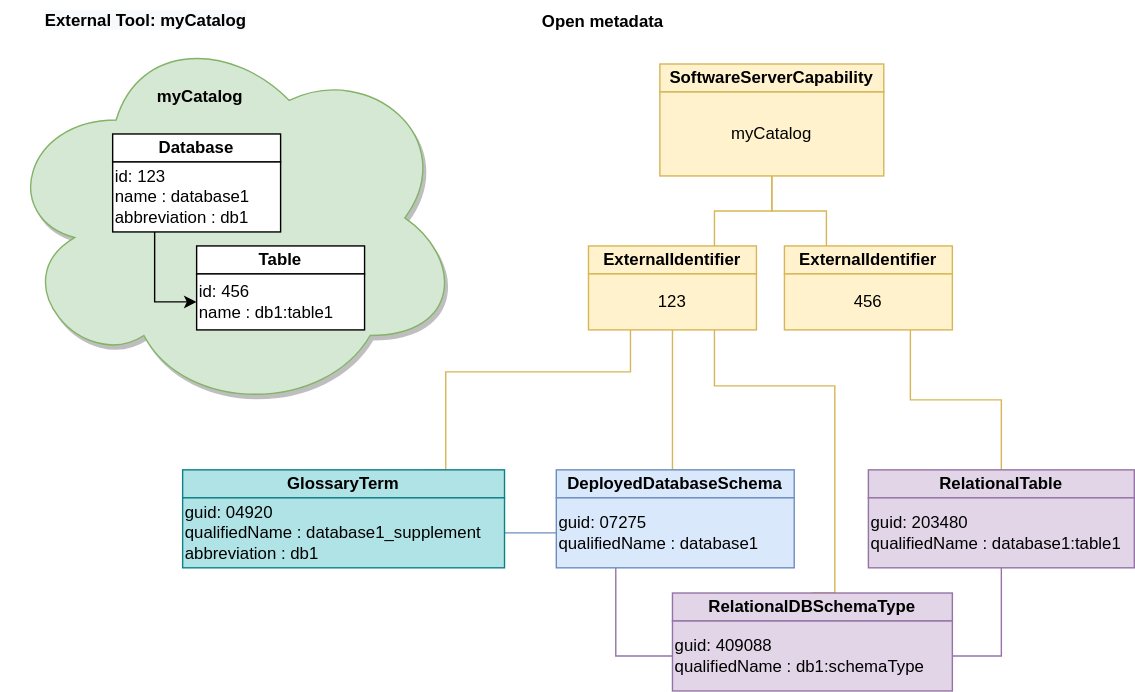
odpi/egeria-docs keeps this draw.io diagram as site/docs/features/external-identifiers/external-identifiers-one-to-many-mapping.svg. Above is the earlier version. Source tidied: cells renumbered, new cells last; positions are measured from the earlier drawing's top-left corner, leaving out a move shared by most shapes.
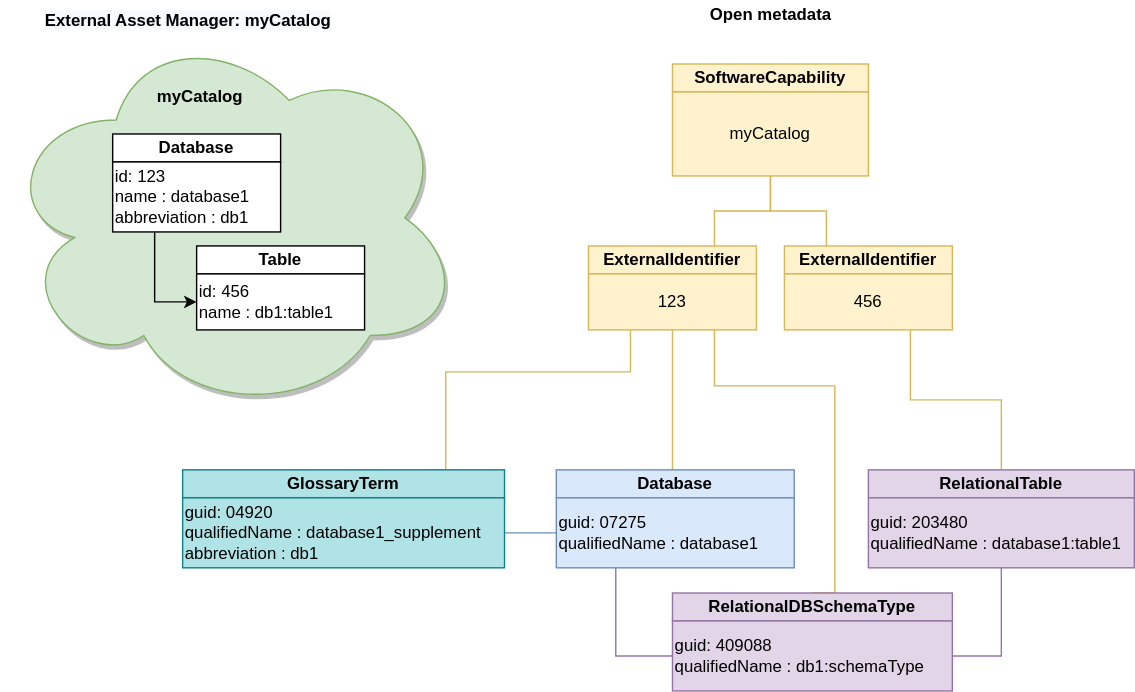
The same file after the commit.

What changed in the source:
```diff
@@ -14,14 +14,14 @@
     <mxCell id="5" value="id: 123&lt;br&gt;name : database1&lt;br&gt;abbreviation : db1" style="rounded=0;whiteSpace=wrap;html=1;align=left;" parent="1" vertex="1">
       <mxGeometry x="80" y="115" width="120" height="50" as="geometry" />
     </mxCell>
-    <mxCell id="6" value="SoftwareServerCapability" style="rounded=0;whiteSpace=wrap;html=1;align=center;fontStyle=1;fillColor=#fff2cc;strokeColor=#d6b656;" parent="1" vertex="1">
-      <mxGeometry x="471" y="45" width="160" height="20" as="geometry" />
+    <mxCell id="6" value="SoftwareCapability" style="rounded=0;whiteSpace=wrap;html=1;align=center;fontStyle=1;fillColor=#fff2cc;strokeColor=#d6b656;" parent="1" vertex="1">
+      <mxGeometry x="480" y="45" width="140" height="20" as="geometry" />
     </mxCell>
     <mxCell id="7" style="edgeStyle=orthogonalEdgeStyle;rounded=0;jettySize=auto;html=1;entryX=0.75;entryY=0;entryDx=0;entryDy=0;endArrow=none;endFill=0;fillColor=#fff2cc;strokeColor=#d6b656;" parent="1" edge="1" source="8" target="11">
       <mxGeometry relative="1" as="geometry" />
     </mxCell>
     <mxCell id="8" value="myCatalog" style="rounded=0;whiteSpace=wrap;html=1;align=center;fillColor=#fff2cc;strokeColor=#d6b656;" parent="1" vertex="1">
-      <mxGeometry x="471" y="65" width="160" height="60" as="geometry" />
+      <mxGeometry x="480" y="65" width="140" height="60" as="geometry" />
     </mxCell>
     <mxCell id="9" value="Table" style="rounded=0;whiteSpace=wrap;html=1;fontStyle=1;" parent="1" vertex="1">
       <mxGeometry x="140" y="175" width="120" height="20" as="geometry" />
@@ -70,7 +70,7 @@
         </Array>
       </mxGeometry>
     </mxCell>
-    <mxCell id="20" value="DeployedDatabaseSchema" style="rounded=0;whiteSpace=wrap;html=1;fontStyle=1;fillColor=#dae8fc;strokeColor=#6c8ebf;" parent="1" vertex="1">
+    <mxCell id="20" value="Database" style="rounded=0;whiteSpace=wrap;html=1;fontStyle=1;fillColor=#dae8fc;strokeColor=#6c8ebf;" parent="1" vertex="1">
       <mxGeometry x="397" y="335" width="170" height="20" as="geometry" />
     </mxCell>
     <mxCell id="21" style="edgeStyle=orthogonalEdgeStyle;rounded=0;jettySize=auto;html=1;exitX=0.25;exitY=1;exitDx=0;exitDy=0;entryX=0;entryY=0.5;entryDx=0;entryDy=0;endArrow=none;endFill=0;fillColor=#e1d5e7;strokeColor=#9673a6;" parent="1" edge="1" source="23" target="26">
@@ -98,12 +98,12 @@
       <mxGeometry x="620" y="355" width="190" height="50" as="geometry" />
     </mxCell>
     <mxCell id="29" value="&lt;b&gt;Open metadata&lt;/b&gt;" style="text;html=1;align=center;verticalAlign=middle;" parent="1" vertex="1">
-      <mxGeometry x="380" y="5" width="100" height="20" as="geometry" />
+      <mxGeometry x="500" width="100" height="20" as="geometry" />
     </mxCell>
     <mxCell id="30" value="&lt;font face=&quot;helvetica&quot;&gt;&lt;b&gt;myCatalog&lt;/b&gt;&lt;/font&gt;" style="text;whiteSpace=wrap;html=1;" parent="1" vertex="1">
       <mxGeometry x="110" y="55" width="70" height="30" as="geometry" />
     </mxCell>
-    <mxCell id="31" value="&lt;b style=&quot;color: rgb(0 , 0 , 0) ; font-family: &amp;#34;helvetica&amp;#34; ; font-size: 12px ; font-style: normal ; letter-spacing: normal ; text-align: left ; text-indent: 0px ; text-transform: none ; word-spacing: 0px ; background-color: rgb(248 , 249 , 250)&quot;&gt;External Tool: myCatalog&lt;/b&gt;" style="text;whiteSpace=wrap;html=1;" parent="1" vertex="1">
+    <mxCell id="31" value="&lt;meta charset=&quot;utf-8&quot;&gt;&lt;b style=&quot;color: rgb(0, 0, 0); font-family: helvetica; font-size: 12px; font-style: normal; letter-spacing: normal; text-align: left; text-indent: 0px; text-transform: none; word-spacing: 0px; background-color: rgb(248, 249, 250);&quot;&gt;External Asset Manager: myCatalog&lt;/b&gt;" style="text;whiteSpace=wrap;html=1;" parent="1" vertex="1">
       <mxGeometry x="30" width="230" height="30" as="geometry" />
     </mxCell>
     <mxCell id="32" value="GlossaryTerm" style="rounded=0;whiteSpace=wrap;html=1;fontStyle=1;fillColor=#b0e3e6;strokeColor=#0e8088;" parent="1" vertex="1">
```
